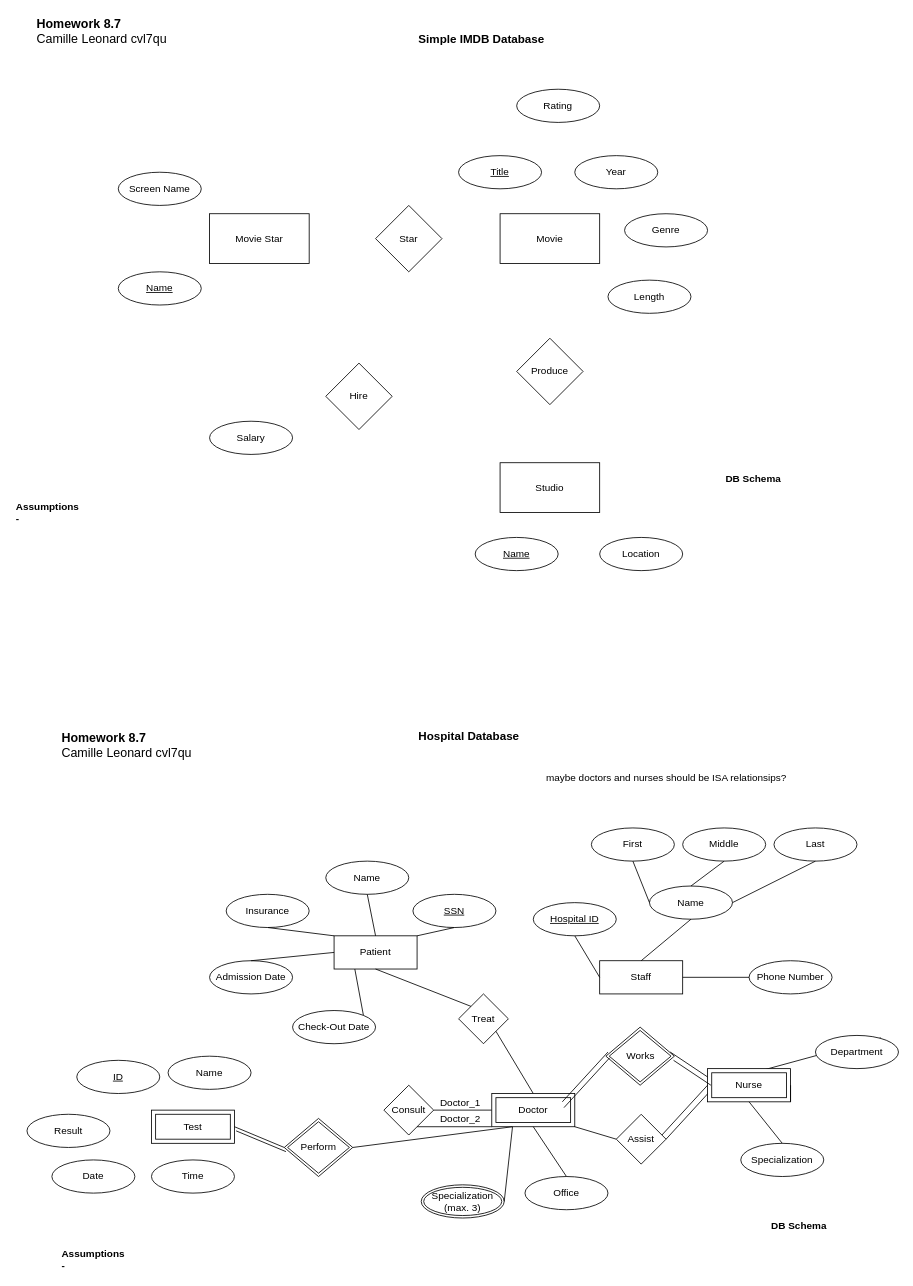
Above: HW 8.7 ER Diagrams.drawio in camillevleonard/CS_5012_Mod_8_MOE (draw.io), before the change. Source tidied: cells renumbered, new cells numbered last; positions are measured from the earlier drawing's top-left corner, leaving out a move shared by most shapes. Both pictures are drawn from the tidied source at 83%, with x=0, y=0 at pixel (14, 14).
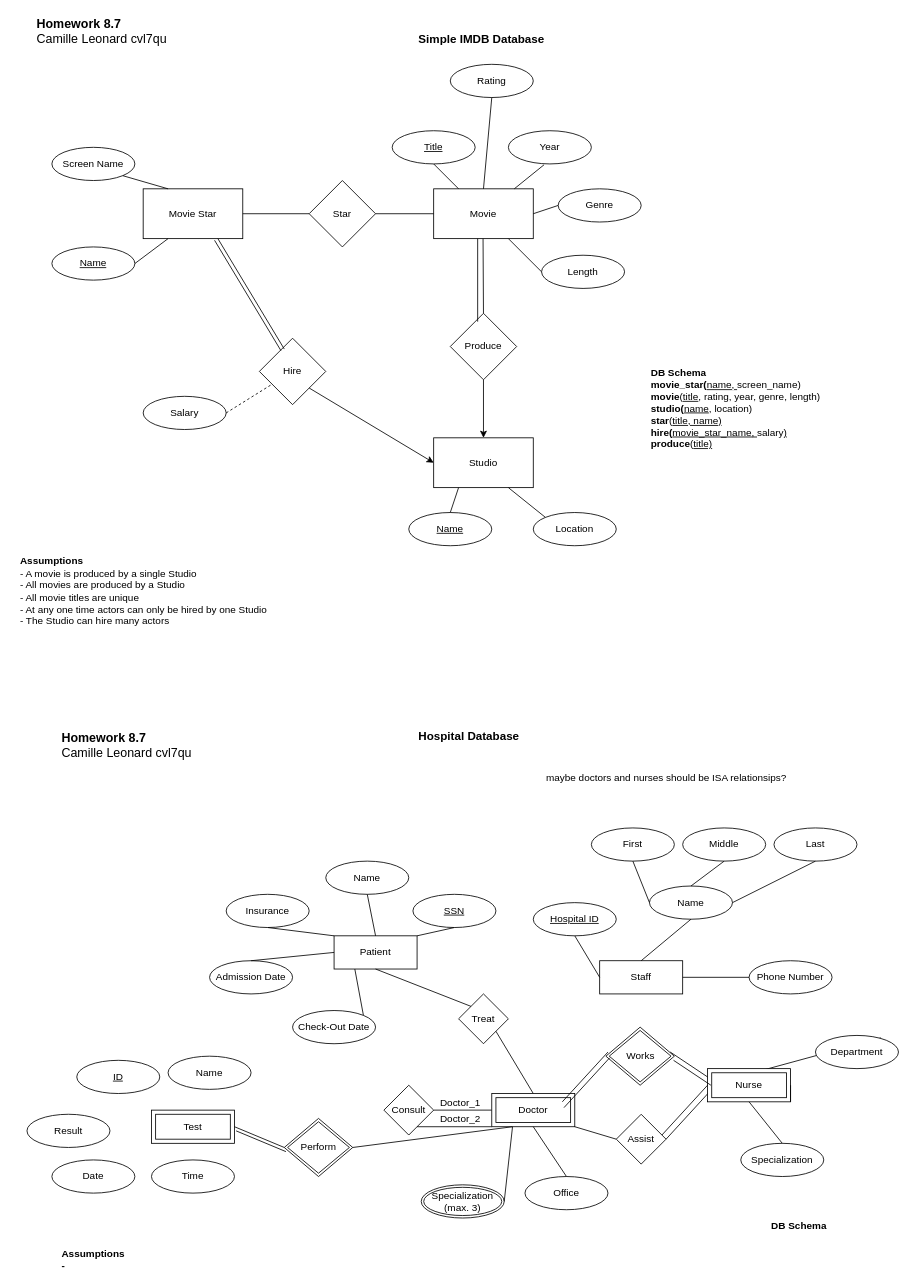
The same diagram, later.

The edit, as a diff of the source:
```diff
@@
     <mxCell id="7" value="Movie Star" style="rounded=0;whiteSpace=wrap;html=1;" parent="1" vertex="1">
-      <mxGeometry x="235" y="240" width="120" height="60" as="geometry" />
+      <mxGeometry x="155" y="210" width="120" height="60" as="geometry" />
     </mxCell>
     <mxCell id="8" value="Name" style="ellipse;whiteSpace=wrap;html=1;align=center;fontStyle=4;" parent="1" vertex="1">
-      <mxGeometry x="125" y="310" width="100" height="40" as="geometry" />
+      <mxGeometry x="45" y="280" width="100" height="40" as="geometry" />
     </mxCell>
     <mxCell id="9" value="Screen Name" style="ellipse;whiteSpace=wrap;html=1;align=center;" parent="1" vertex="1">
-      <mxGeometry x="125" y="190" width="100" height="40" as="geometry" />
+      <mxGeometry x="45" y="160" width="100" height="40" as="geometry" />
     </mxCell>
     <mxCell id="10" value="Movie" style="rounded=0;whiteSpace=wrap;html=1;" parent="1" vertex="1">
-      <mxGeometry x="585" y="240" width="120" height="60" as="geometry" />
+      <mxGeometry x="505" y="210" width="120" height="60" as="geometry" />
     </mxCell>
     <mxCell id="11" value="Star" style="rhombus;whiteSpace=wrap;html=1;" parent="1" vertex="1">
-      <mxGeometry x="435" y="230" width="80" height="80" as="geometry" />
+      <mxGeometry x="355" y="200" width="80" height="80" as="geometry" />
     </mxCell>
     <mxCell id="12" value="Title" style="ellipse;whiteSpace=wrap;html=1;align=center;fontStyle=4;" parent="1" vertex="1">
-      <mxGeometry x="535" y="170" width="100" height="40" as="geometry" />
+      <mxGeometry x="455" y="140" width="100" height="40" as="geometry" />
     </mxCell>
     <mxCell id="13" value="Rating" style="ellipse;whiteSpace=wrap;html=1;align=center;" parent="1" vertex="1">
-      <mxGeometry x="605" y="90" width="100" height="40" as="geometry" />
+      <mxGeometry x="525" y="60" width="100" height="40" as="geometry" />
     </mxCell>
     <mxCell id="14" value="Length" style="ellipse;whiteSpace=wrap;html=1;align=center;" parent="1" vertex="1">
-      <mxGeometry x="715" y="320" width="100" height="40" as="geometry" />
+      <mxGeometry x="635" y="290" width="100" height="40" as="geometry" />
     </mxCell>
     <mxCell id="15" value="Genre" style="ellipse;whiteSpace=wrap;html=1;align=center;" parent="1" vertex="1">
-      <mxGeometry x="735" y="240" width="100" height="40" as="geometry" />
+      <mxGeometry x="655" y="210" width="100" height="40" as="geometry" />
     </mxCell>
     <mxCell id="16" value="Year" style="ellipse;whiteSpace=wrap;html=1;align=center;" parent="1" vertex="1">
-      <mxGeometry x="675" y="170" width="100" height="40" as="geometry" />
+      <mxGeometry x="595" y="140" width="100" height="40" as="geometry" />
     </mxCell>
     <mxCell id="17" value="Produce" style="rhombus;whiteSpace=wrap;html=1;" parent="1" vertex="1">
-      <mxGeometry x="605" y="390" width="80" height="80" as="geometry" />
+      <mxGeometry x="525" y="360" width="80" height="80" as="geometry" />
     </mxCell>
     <mxCell id="18" value="Studio" style="rounded=0;whiteSpace=wrap;html=1;" parent="1" vertex="1">
-      <mxGeometry x="585" y="540" width="120" height="60" as="geometry" />
+      <mxGeometry x="505" y="510" width="120" height="60" as="geometry" />
     </mxCell>
     <mxCell id="19" value="Location" style="ellipse;whiteSpace=wrap;html=1;align=center;" parent="1" vertex="1">
-      <mxGeometry x="705" y="630" width="100" height="40" as="geometry" />
+      <mxGeometry x="625" y="600" width="100" height="40" as="geometry" />
     </mxCell>
     <mxCell id="20" value="Name" style="ellipse;whiteSpace=wrap;html=1;align=center;fontStyle=4;" parent="1" vertex="1">
-      <mxGeometry x="555" y="630" width="100" height="40" as="geometry" />
+      <mxGeometry x="475" y="600" width="100" height="40" as="geometry" />
     </mxCell>
     <mxCell id="21" value="Hire" style="rhombus;whiteSpace=wrap;html=1;" parent="1" vertex="1">
-      <mxGeometry x="375" y="420" width="80" height="80" as="geometry" />
+      <mxGeometry x="295" y="390" width="80" height="80" as="geometry" />
     </mxCell>
     <mxCell id="22" value="Salary" style="ellipse;whiteSpace=wrap;html=1;align=center;" parent="1" vertex="1">
-      <mxGeometry x="235" y="490" width="100" height="40" as="geometry" />
+      <mxGeometry x="155" y="460" width="100" height="40" as="geometry" />
     </mxCell>
-    <mxCell id="23" value="&lt;b&gt;Assumptions&lt;br&gt;-&amp;nbsp;&lt;br&gt;&lt;/b&gt;" style="text;html=1;align=left;verticalAlign=middle;" parent="1" vertex="1">
-      <mxGeometry y="585" width="90" height="30" as="geometry" />
+    <mxCell id="23" value="&lt;b&gt;Assumptions&lt;/b&gt;&lt;br&gt;- A movie is produced by a single Studio&amp;nbsp;&lt;br&gt;- All movies are produced by a Studio&lt;br&gt;- All movie titles are unique&lt;br&gt;- At any one time actors can only be hired by one Studio&lt;br&gt;- The Studio can hire many actors&amp;nbsp;" style="text;html=1;align=left;verticalAlign=middle;" parent="1" vertex="1">
+      <mxGeometry x="5" y="650" width="310" height="90" as="geometry" />
     </mxCell>
@@
-    <mxCell id="27" value="&lt;b&gt;DB Schema&lt;/b&gt;" style="text;html=1;align=left;verticalAlign=middle;" parent="1" vertex="1">
-      <mxGeometry x="855" y="550" width="80" height="20" as="geometry" />
+    <mxCell id="27" value="&lt;b&gt;DB Schema&lt;br&gt;movie_star(&lt;/b&gt;&lt;u&gt;name, &lt;/u&gt;screen_name)&lt;br&gt;&lt;b&gt;movie&lt;/b&gt;(&lt;u&gt;title&lt;/u&gt;, rating, year, genre, length)&lt;br&gt;&lt;b&gt;studio(&lt;/b&gt;&lt;u&gt;name&lt;/u&gt;, location)&lt;br&gt;&lt;b&gt;star&lt;/b&gt;(&lt;u&gt;title, name)&lt;br&gt;&lt;/u&gt;&lt;b&gt;hire(&lt;/b&gt;&lt;u&gt;movie_star_name, &lt;/u&gt;salary&lt;u&gt;)&lt;br&gt;&lt;/u&gt;&lt;b&gt;produce&lt;/b&gt;(&lt;u&gt;title)&lt;/u&gt;" style="text;html=1;align=left;verticalAlign=middle;" parent="1" vertex="1">
+      <mxGeometry x="765" y="425" width="220" height="100" as="geometry" />
     </mxCell>
@@
+    <mxCell id="92" style="endArrow=none;html=1;exitX=1;exitY=0.5;exitDx=0;exitDy=0;entryX=0;entryY=0.5;entryDx=0;entryDy=0;" parent="1" edge="1" source="11" target="10">
+      <mxGeometry relative="1" as="geometry" />
+    </mxCell>
+    <mxCell id="93" style="endArrow=none;html=1;entryX=0.5;entryY=1;entryDx=0;entryDy=0;" parent="1" edge="1" source="10" target="12">
+      <mxGeometry relative="1" as="geometry" />
+    </mxCell>
+    <mxCell id="94" style="endArrow=none;html=1;entryX=0.5;entryY=1;entryDx=0;entryDy=0;exitX=0.5;exitY=0;exitDx=0;exitDy=0;" parent="1" edge="1" source="10" target="13">
+      <mxGeometry relative="1" as="geometry" />
+    </mxCell>
+    <mxCell id="95" style="endArrow=none;html=1;entryX=0.43;entryY=1.025;entryDx=0;entryDy=0;entryPerimeter=0;" parent="1" edge="1" source="10" target="16">
+      <mxGeometry relative="1" as="geometry" />
+    </mxCell>
+    <mxCell id="96" style="endArrow=none;html=1;entryX=0;entryY=0.5;entryDx=0;entryDy=0;exitX=1;exitY=0.5;exitDx=0;exitDy=0;" parent="1" edge="1" source="10" target="15">
+      <mxGeometry relative="1" as="geometry" />
+    </mxCell>
+    <mxCell id="97" style="endArrow=none;html=1;entryX=0;entryY=0.5;entryDx=0;entryDy=0;exitX=0.75;exitY=1;exitDx=0;exitDy=0;" parent="1" edge="1" source="10" target="14">
+      <mxGeometry relative="1" as="geometry" />
+    </mxCell>
+    <mxCell id="98" style="endArrow=none;html=1;exitX=1;exitY=0.5;exitDx=0;exitDy=0;" parent="1" edge="1" source="7" target="11">
+      <mxGeometry relative="1" as="geometry" />
+    </mxCell>
+    <mxCell id="99" style="endArrow=none;html=1;entryX=1;entryY=1;entryDx=0;entryDy=0;exitX=0.25;exitY=0;exitDx=0;exitDy=0;" parent="1" edge="1" source="7" target="9">
+      <mxGeometry relative="1" as="geometry" />
+    </mxCell>
+    <mxCell id="100" style="endArrow=none;html=1;exitX=1;exitY=0.5;exitDx=0;exitDy=0;entryX=0.25;entryY=1;entryDx=0;entryDy=0;" parent="1" edge="1" source="8" target="7">
+      <mxGeometry relative="1" as="geometry" />
+    </mxCell>
+    <mxCell id="101" style="endArrow=none;html=1;entryX=0.4;entryY=1.017;entryDx=0;entryDy=0;entryPerimeter=0;exitX=0.35;exitY=0.138;exitDx=0;exitDy=0;exitPerimeter=0;" parent="1" edge="1">
+      <mxGeometry relative="1" as="geometry">
+        <mxPoint x="558" y="370" as="sourcePoint" />
+        <mxPoint x="558" y="270" as="targetPoint" />
+      </mxGeometry>
+    </mxCell>
+    <mxCell id="102" style="endArrow=none;html=1;entryX=0.4;entryY=1.017;entryDx=0;entryDy=0;entryPerimeter=0;" parent="1" edge="1">
+      <mxGeometry relative="1" as="geometry">
+        <mxPoint x="565" y="360" as="sourcePoint" />
+        <mxPoint x="564.5" y="270" as="targetPoint" />
+      </mxGeometry>
+    </mxCell>
+    <mxCell id="103" style="endArrow=classic;html=1;exitX=0.5;exitY=1;exitDx=0;exitDy=0;entryX=0.5;entryY=0;entryDx=0;entryDy=0;" parent="1" edge="1" source="17" target="18">
+      <mxGeometry relative="1" as="geometry" />
+    </mxCell>
+    <mxCell id="104" style="endArrow=none;html=1;exitX=0.75;exitY=1;exitDx=0;exitDy=0;entryX=0.375;entryY=0.163;entryDx=0;entryDy=0;entryPerimeter=0;" parent="1" edge="1" source="7" target="21">
+      <mxGeometry relative="1" as="geometry" />
+    </mxCell>
+    <mxCell id="105" style="endArrow=none;html=1;exitX=0.75;exitY=1;exitDx=0;exitDy=0;entryX=0.375;entryY=0.163;entryDx=0;entryDy=0;entryPerimeter=0;" parent="1" edge="1">
+      <mxGeometry relative="1" as="geometry">
+        <mxPoint x="241" y="272" as="sourcePoint" />
+        <mxPoint x="321" y="405" as="targetPoint" />
+      </mxGeometry>
+    </mxCell>
+    <mxCell id="106" style="endArrow=classic;html=1;exitX=1;exitY=1;exitDx=0;exitDy=0;entryX=0;entryY=0.5;entryDx=0;entryDy=0;" parent="1" edge="1" source="21" target="18">
+      <mxGeometry relative="1" as="geometry" />
+    </mxCell>
+    <mxCell id="107" style="endArrow=none;dashed=1;html=1;exitX=1;exitY=0.5;exitDx=0;exitDy=0;" parent="1" edge="1" source="22" target="21">
+      <mxGeometry relative="1" as="geometry" />
+    </mxCell>
+    <mxCell id="108" style="endArrow=none;html=1;exitX=0.5;exitY=0;exitDx=0;exitDy=0;entryX=0.25;entryY=1;entryDx=0;entryDy=0;" parent="1" edge="1" source="20" target="18">
+      <mxGeometry relative="1" as="geometry" />
+    </mxCell>
+    <mxCell id="109" style="endArrow=none;html=1;exitX=0.75;exitY=1;exitDx=0;exitDy=0;entryX=0;entryY=0;entryDx=0;entryDy=0;" parent="1" edge="1" source="18" target="19">
+      <mxGeometry relative="1" as="geometry" />
+    </mxCell>
```
